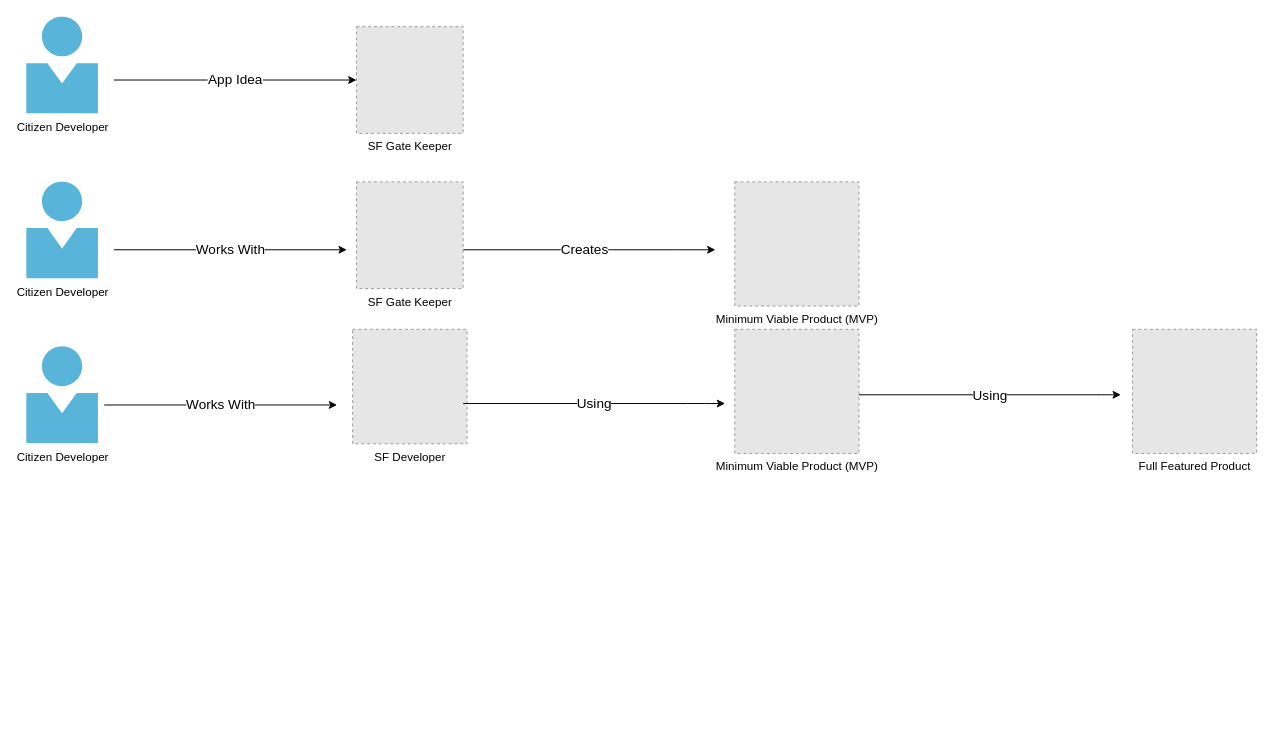
The draw.io diagram RRDiagrams.drawio in ITM007/ITM007, before the edit. Source tidied: cells renumbered, new cells numbered last; positions are measured from the earlier drawing's top-left corner, leaving out a move shared by most shapes. Both pictures are drawn from the tidied source at 97%, with x=0, y=0 at pixel (26, 16). Pictures stored in the file or linked from it are replaced by grey dashed boxes.
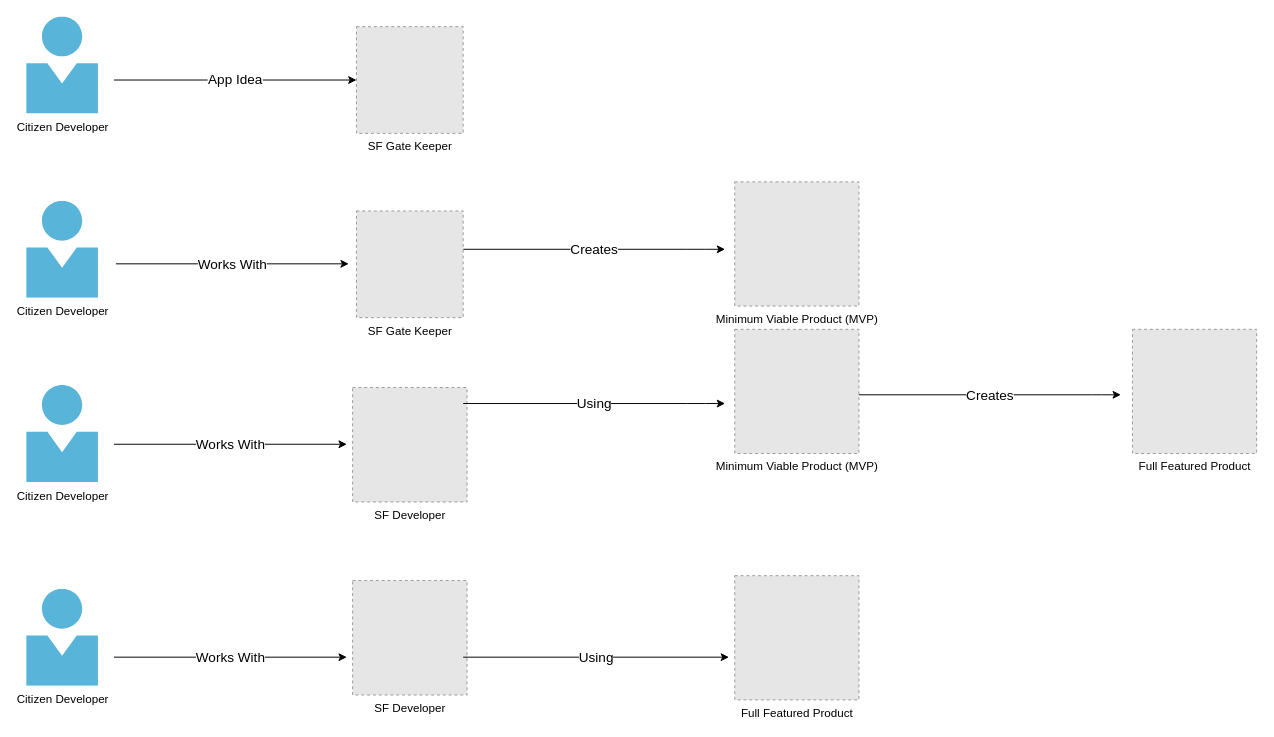
After the change.

What changed in the source:
```diff
@@
     <mxCell id="3" value="SF Developer" style="fillColor=#E6E6E6;strokeColor=#999999;dashed=1;html=1;verticalAlign=top;verticalLabelPosition=bottom;labelBackgroundColor=#ffffff;" parent="1" vertex="1">
-      <mxGeometry x="336" y="322" width="118" height="118" as="geometry" />
+      <mxGeometry x="336" y="382" width="118" height="118" as="geometry" />
     </mxCell>
@@
     <mxCell id="6" value="&lt;font style=&quot;font-size: 14px&quot;&gt;Creates&lt;/font&gt;" style="endArrow=classic;html=1;" parent="1" edge="1">
       <mxGeometry relative="1" as="geometry">
-        <mxPoint x="440" y="240" as="sourcePoint" />
-        <mxPoint x="710" y="240" as="targetPoint" />
+        <mxPoint x="450" y="239.5" as="sourcePoint" />
+        <mxPoint x="720" y="239.5" as="targetPoint" />
         <Array as="points">
-          <mxPoint x="680" y="240" />
+          <mxPoint x="690" y="239.5" />
         </Array>
       </mxGeometry>
     </mxCell>
     <mxCell id="7" value="&lt;font style=&quot;font-size: 14px&quot;&gt;Works With&lt;/font&gt;" style="endArrow=classic;html=1;" parent="1" edge="1">
       <mxGeometry relative="1" as="geometry">
-        <mxPoint x="90" y="240" as="sourcePoint" />
-        <mxPoint x="330" y="240" as="targetPoint" />
+        <mxPoint x="92" y="254.5" as="sourcePoint" />
+        <mxPoint x="332" y="254.5" as="targetPoint" />
       </mxGeometry>
     </mxCell>
     <mxCell id="8" value="&lt;div&gt;Citizen Developer&lt;/div&gt;&lt;div&gt;&lt;br&gt;&lt;/div&gt;" style="html=1;align=center;image;fontSize=12;image=img/lib/mscae/Person.svg;" parent="1" vertex="1">
-      <mxGeometry y="170" width="74" height="100" as="geometry" />
+      <mxGeometry y="190" width="74" height="100" as="geometry" />
     </mxCell>
     <mxCell id="9" value="&lt;div&gt;Citizen Developer&lt;/div&gt;&lt;div&gt;&lt;br&gt;&lt;/div&gt;" style="html=1;align=center;image;fontSize=12;image=img/lib/mscae/Person.svg;" parent="1" vertex="1">
-      <mxGeometry y="340" width="74" height="100" as="geometry" />
+      <mxGeometry y="380" width="74" height="100" as="geometry" />
     </mxCell>
     <mxCell id="10" value="SF Gate Keeper" style="fillColor=#E6E6E6;strokeColor=#999999;dashed=1;html=1;verticalAlign=top;verticalLabelPosition=bottom;labelBackgroundColor=#ffffff;" parent="1" vertex="1">
-      <mxGeometry x="340" y="170" width="110" height="110" as="geometry" />
+      <mxGeometry x="340" y="200" width="110" height="110" as="geometry" />
     </mxCell>
     <mxCell id="11" value="&lt;font style=&quot;font-size: 14px&quot;&gt;Works With&lt;/font&gt;" style="endArrow=classic;html=1;" parent="1" edge="1">
       <mxGeometry relative="1" as="geometry">
-        <mxPoint x="80" y="400" as="sourcePoint" />
-        <mxPoint x="320" y="400" as="targetPoint" />
+        <mxPoint x="90" y="440.5" as="sourcePoint" />
+        <mxPoint x="330" y="440.5" as="targetPoint" />
       </mxGeometry>
     </mxCell>
@@
-    <mxCell id="16" value="&lt;font style=&quot;font-size: 14px&quot;&gt;Using&lt;/font&gt;" style="endArrow=classic;html=1;" parent="1" edge="1">
+    <mxCell id="16" value="&lt;font style=&quot;font-size: 14px&quot;&gt;Creates&lt;/font&gt;" style="endArrow=classic;html=1;" parent="1" edge="1">
       <mxGeometry relative="1" as="geometry">
         <mxPoint x="858" y="389.5" as="sourcePoint" />
         <mxPoint x="1128" y="389.5" as="targetPoint" />
         <Array as="points">
           <mxPoint x="1098" y="389.5" />
         </Array>
       </mxGeometry>
     </mxCell>
+    <mxCell id="17" value="&lt;div&gt;Citizen Developer&lt;/div&gt;&lt;div&gt;&lt;br&gt;&lt;/div&gt;" style="html=1;align=center;image;fontSize=12;image=img/lib/mscae/Person.svg;" parent="1" vertex="1">
+      <mxGeometry y="590" width="74" height="100" as="geometry" />
+    </mxCell>
+    <mxCell id="18" value="&lt;font style=&quot;font-size: 14px&quot;&gt;Works With&lt;/font&gt;" style="endArrow=classic;html=1;" parent="1" edge="1">
+      <mxGeometry relative="1" as="geometry">
+        <mxPoint x="90" y="660" as="sourcePoint" />
+        <mxPoint x="330" y="660" as="targetPoint" />
+      </mxGeometry>
+    </mxCell>
+    <mxCell id="19" value="SF Developer" style="fillColor=#E6E6E6;strokeColor=#999999;dashed=1;html=1;verticalAlign=top;verticalLabelPosition=bottom;labelBackgroundColor=#ffffff;" parent="1" vertex="1">
+      <mxGeometry x="336" y="581" width="118" height="118" as="geometry" />
+    </mxCell>
+    <mxCell id="20" value="Full Featured Product" style="fillColor=#E6E6E6;strokeColor=#999999;dashed=1;html=1;verticalAlign=top;verticalLabelPosition=bottom;labelBackgroundColor=#ffffff;" parent="1" vertex="1">
+      <mxGeometry x="730" y="576" width="128" height="128" as="geometry" />
+    </mxCell>
+    <mxCell id="21" value="&lt;font style=&quot;font-size: 14px&quot;&gt;Using&lt;/font&gt;" style="endArrow=classic;html=1;" parent="1" edge="1">
+      <mxGeometry relative="1" as="geometry">
+        <mxPoint x="450" y="660" as="sourcePoint" />
+        <mxPoint x="724" y="660" as="targetPoint" />
+        <Array as="points">
+          <mxPoint x="724" y="660" />
+        </Array>
+      </mxGeometry>
+    </mxCell>
```
